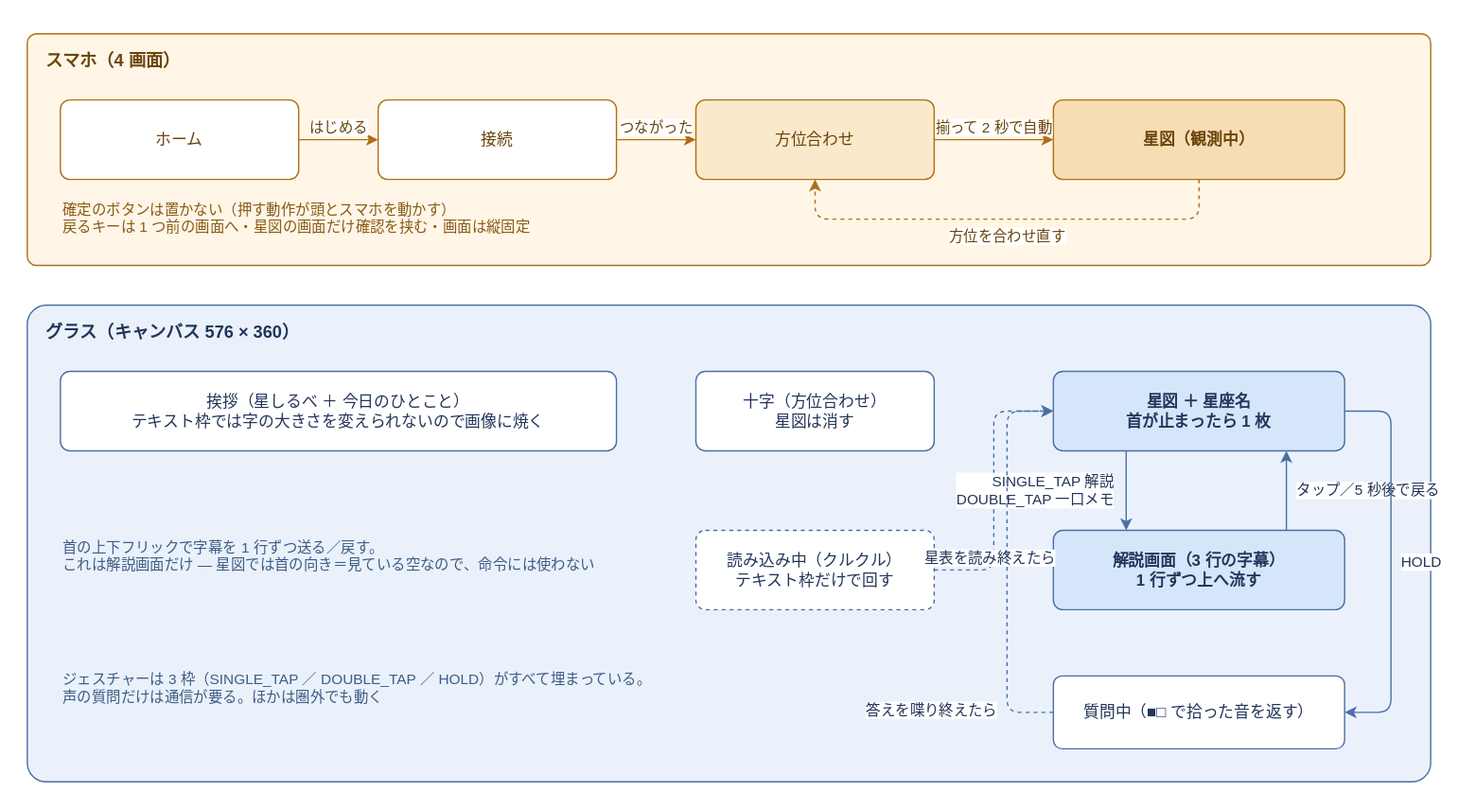
Earlier version of the draw.io export docs/team-e/diagrams/screen-flow.drawio.svg (jigintern/sabera-team-e). Source tidied: cells renumbered, new cells last; positions are measured from the earlier drawing's top-left corner, leaving out a move shared by most shapes.
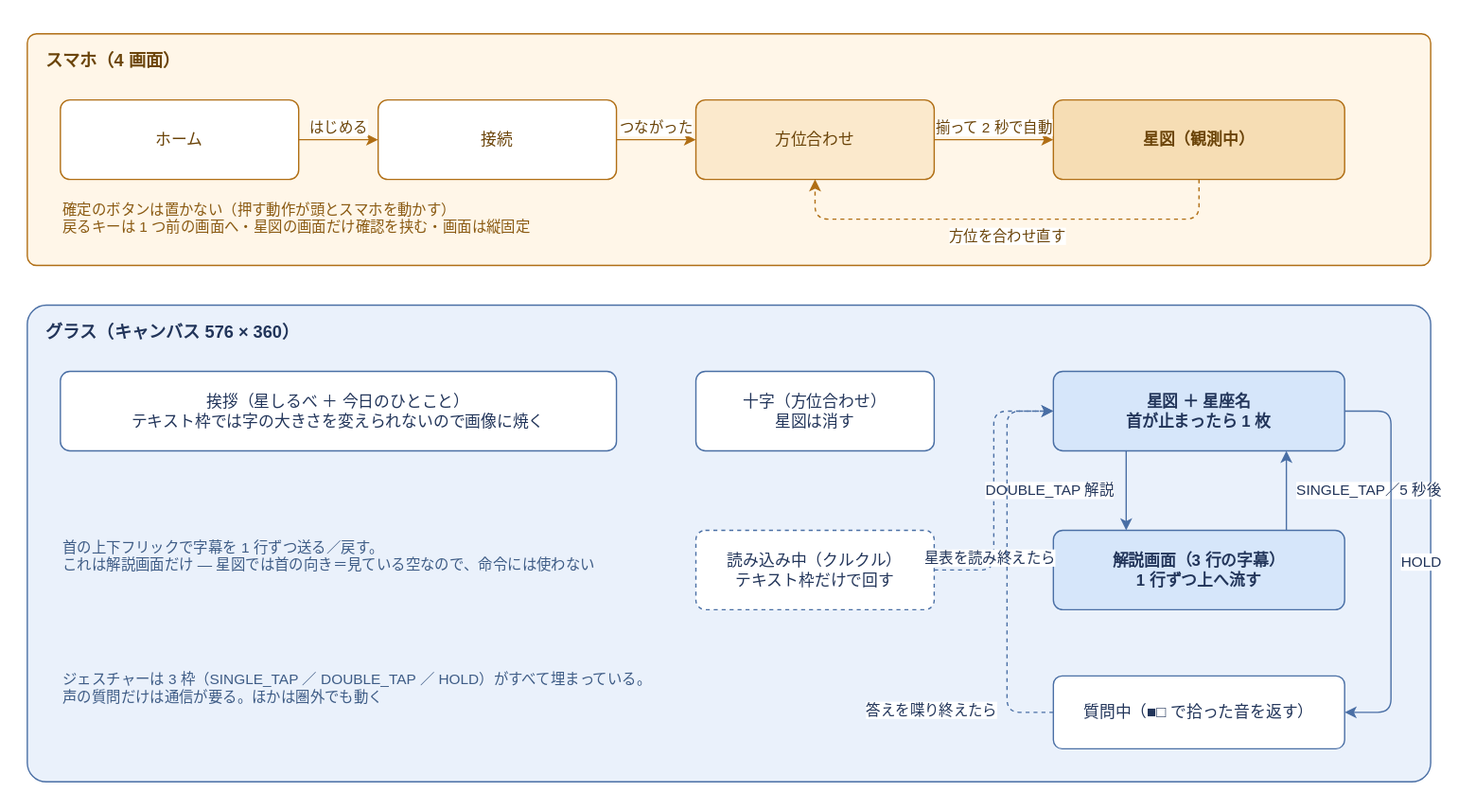
The same diagram one commit later.

Change to the diagram source:
```diff
@@ -64,10 +64,10 @@
     <mxCell id="20" value="星表を読み終えたら" style="edgeStyle=orthogonalEdgeStyle;html=1;rounded=1;strokeColor=#4A6FA5;fontColor=#22355A;fontSize=11;dashed=1;exitX=1;exitY=0.5;entryX=0;entryY=0.5;verticalAlign=bottom;" parent="1" edge="1" source="17" target="16">
       <mxGeometry x="-0.6" relative="1" as="geometry" />
     </mxCell>
-    <mxCell id="21" value="SINGLE_TAP 解説&#10;DOUBLE_TAP 一口メモ" style="edgeStyle=orthogonalEdgeStyle;html=1;rounded=1;strokeColor=#4A6FA5;fontColor=#22355A;fontSize=11;exitX=0.25;exitY=1;entryX=0.25;entryY=0;align=right;spacingRight=8;" parent="1" edge="1" source="16" target="18">
+    <mxCell id="21" value="DOUBLE_TAP 解説" style="edgeStyle=orthogonalEdgeStyle;html=1;rounded=1;strokeColor=#4A6FA5;fontColor=#22355A;fontSize=11;exitX=0.25;exitY=1;entryX=0.25;entryY=0;align=right;spacingRight=8;" parent="1" edge="1" source="16" target="18">
       <mxGeometry relative="1" as="geometry" />
     </mxCell>
-    <mxCell id="22" value="タップ／5 秒後で戻る" style="edgeStyle=orthogonalEdgeStyle;html=1;rounded=1;strokeColor=#4A6FA5;fontColor=#22355A;fontSize=11;exitX=0.8;exitY=0;entryX=0.8;entryY=1;align=left;spacingLeft=6;" parent="1" edge="1" source="18" target="16">
+    <mxCell id="22" value="SINGLE_TAP／5 秒後" style="edgeStyle=orthogonalEdgeStyle;html=1;rounded=1;strokeColor=#4A6FA5;fontColor=#22355A;fontSize=11;exitX=0.8;exitY=0;entryX=0.8;entryY=1;align=left;spacingLeft=6;" parent="1" edge="1" source="18" target="16">
       <mxGeometry relative="1" as="geometry" />
     </mxCell>
     <mxCell id="23" value="HOLD" style="edgeStyle=orthogonalEdgeStyle;html=1;rounded=1;strokeColor=#4A6FA5;fontColor=#22355A;fontSize=11;exitX=1;exitY=0.5;entryX=1;entryY=0.5;align=left;spacingLeft=6;" parent="1" edge="1" source="16" target="19">
```
